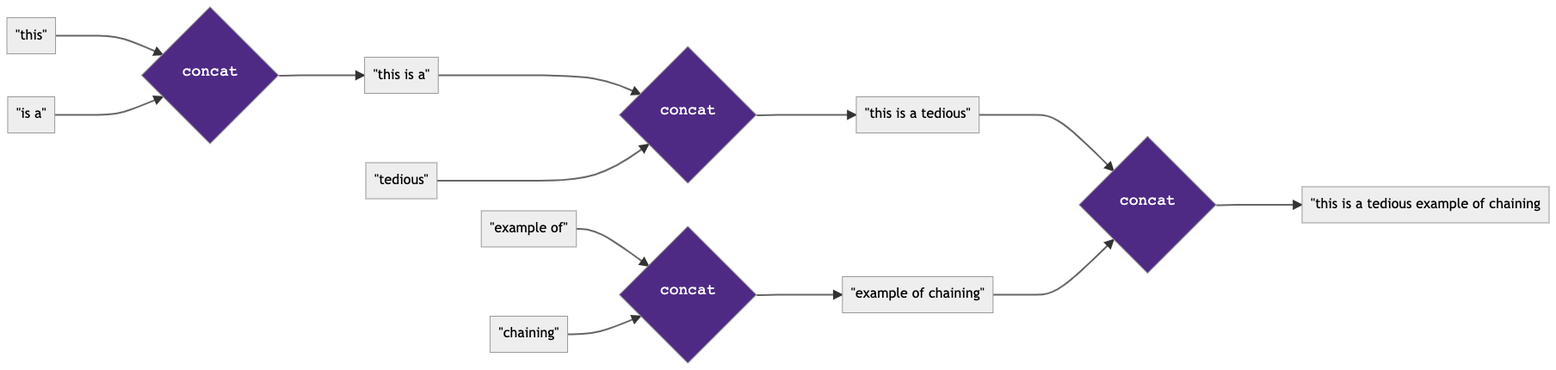
Before: assets/diagrams/dataflow_chaining_strings_tedious.png, a diagram exported from Mermaid (bain-cs111/bain-cs111.github.io). Its source is kept beside it as assets/diagrams/dataflow_chaining_strings_tedious.mmd.
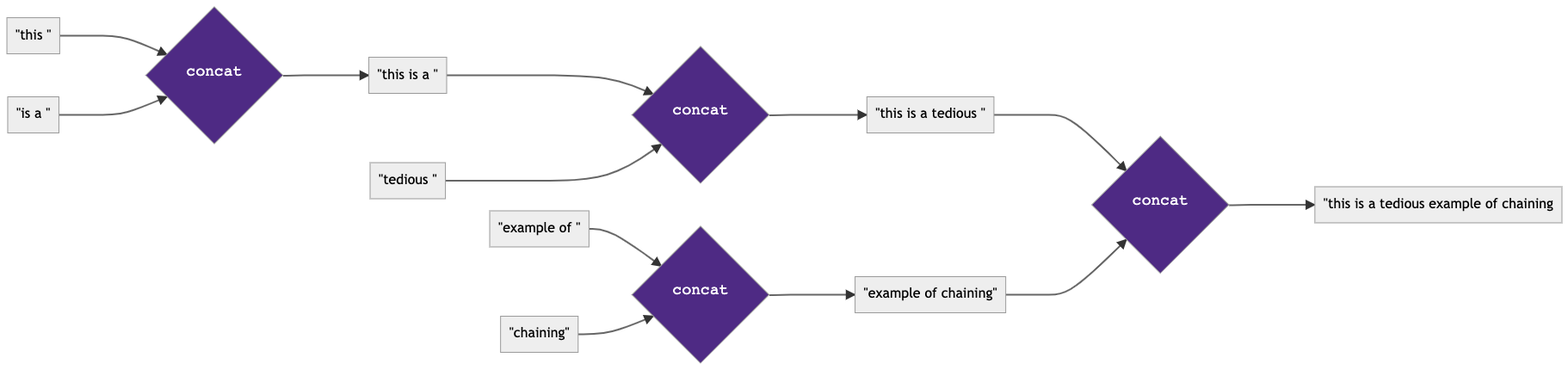
After the commit.

The edit, as a diff of the source:
```diff
@@ -1,14 +1,14 @@
 %%{init: {"theme": "neutral", "logLevel": 1 }}%%
 
 graph LR
-    FIRST["&quot;this&quot;"]--->A{<br><font face=courier size=4 color=white>concat<br>&nbsp}
-    SECOND["&quot;is a&quot;"]--->A
-    A ---> Output1["&quot;this is a&quot;"]
+    FIRST["&quot;this &quot;"]--->A{<br><font face=courier size=4 color=white>concat<br>&nbsp}
+    SECOND["&quot;is a &quot;"]--->A
+    A ---> Output1["&quot;this is a &quot;"]
     Output1 ---> B{<br><font face=courier size=4 color=white>concat<br>&nbsp}
-    THIRD["&quot;tedious&quot;"] ---> B
-    B ---> Output2["&quot;this is a tedious&quot;"]
+    THIRD["&quot;tedious &quot;"] ---> B
+    B ---> Output2["&quot;this is a tedious &quot;"]
 
-    example["&quot;example of&quot;"] --> C{<br><font face=courier size=4 color=white>concat<br>&nbsp}
+    example["&quot;example of &quot;"] --> C{<br><font face=courier size=4 color=white>concat<br>&nbsp}
     chaining["&quot;chaining&quot;"] --> C
 
     C ---> Output3["&quot;example of chaining&quot;"]
```
